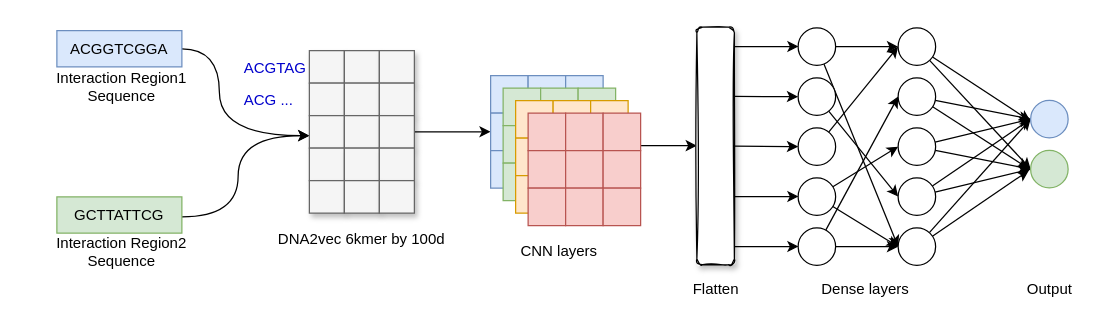
This is embedding_cnn_one_branch.drawio from NaiveTom/draw.io, a draw.io file, before an edit. Source tidied: cells renumbered, new cells numbered last; positions are measured from the earlier drawing's top-left corner, leaving out a move shared by most shapes. Both pictures are drawn from the tidied source at 125%, with x=0, y=0 at pixel (21, 26).
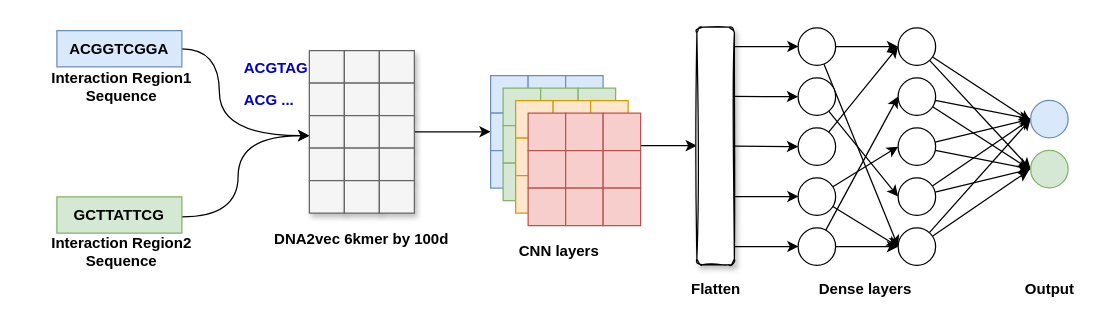
The same page after the edit.

The edit, as a diff of the source:
```diff
@@
-    <mxCell id="4" value="&lt;div&gt;CNN layers&lt;/div&gt;" style="text;html=1;strokeColor=none;fillColor=none;align=center;verticalAlign=middle;whiteSpace=wrap;rounded=0;" parent="1" vertex="1">
+    <mxCell id="4" value="&lt;div&gt;CNN layers&lt;/div&gt;" style="text;html=1;strokeColor=none;fillColor=none;align=center;verticalAlign=middle;whiteSpace=wrap;rounded=0;fontStyle=1;" parent="1" vertex="1">
       <mxGeometry x="305" y="170" width="250" height="20" as="geometry" />
     </mxCell>
@@
-    <mxCell id="7" value="DNA2vec 6kmer by 100d" style="text;html=1;strokeColor=none;fillColor=none;align=center;verticalAlign=middle;whiteSpace=wrap;rounded=0;" parent="1" vertex="1">
+    <mxCell id="7" value="DNA2vec 6kmer by 100d" style="text;html=1;strokeColor=none;fillColor=none;align=center;verticalAlign=middle;whiteSpace=wrap;rounded=0;fontStyle=1;" parent="1" vertex="1">
       <mxGeometry x="192" y="160" width="160" height="20" as="geometry" />
     </mxCell>
@@
-    <mxCell id="59" value="&lt;div&gt;ACGGTCGGA&lt;/div&gt;" style="text;html=1;strokeColor=#6c8ebf;fillColor=#dae8fc;align=center;verticalAlign=middle;whiteSpace=wrap;rounded=0;" parent="1" vertex="1">
+    <mxCell id="59" value="&lt;div&gt;&lt;b&gt;ACGGTCGGA&lt;/b&gt;&lt;/div&gt;" style="text;html=1;strokeColor=#6c8ebf;fillColor=#dae8fc;align=center;verticalAlign=middle;whiteSpace=wrap;rounded=0;" parent="1" vertex="1">
       <mxGeometry x="28" y="3" width="100" height="29" as="geometry" />
     </mxCell>
-    <mxCell id="60" value="GCTTATTCG" style="text;html=1;strokeColor=#82b366;fillColor=#d5e8d4;align=center;verticalAlign=middle;whiteSpace=wrap;rounded=0;" parent="1" vertex="1">
+    <mxCell id="60" value="&lt;b&gt;GCTTATTCG&lt;/b&gt;" style="text;html=1;strokeColor=#82b366;fillColor=#d5e8d4;align=center;verticalAlign=middle;whiteSpace=wrap;rounded=0;" parent="1" vertex="1">
       <mxGeometry x="28" y="136" width="100" height="29" as="geometry" />
     </mxCell>
-    <mxCell id="61" value="&lt;font color=&quot;#0000CC&quot;&gt;ACGTAG&lt;/font&gt;" style="text;whiteSpace=wrap;html=1;" parent="1" vertex="1">
+    <mxCell id="61" value="&lt;b&gt;&lt;font color=&quot;#0000CC&quot;&gt;ACGTAG&lt;/font&gt;&lt;/b&gt;" style="text;whiteSpace=wrap;html=1;" parent="1" vertex="1">
       <mxGeometry x="176" y="19" width="70" height="30" as="geometry" />
     </mxCell>
-    <mxCell id="62" value="&lt;font color=&quot;#0000CC&quot;&gt;ACG ...&lt;/font&gt;" style="text;whiteSpace=wrap;html=1;" parent="1" vertex="1">
+    <mxCell id="62" value="&lt;b&gt;&lt;font color=&quot;#0000CC&quot;&gt;ACG ...&lt;/font&gt;&lt;/b&gt;" style="text;whiteSpace=wrap;html=1;" parent="1" vertex="1">
       <mxGeometry x="176" y="45" width="70" height="30" as="geometry" />
     </mxCell>
-    <mxCell id="63" value="Interaction Region1 Sequence" style="text;html=1;strokeColor=none;fillColor=none;align=center;verticalAlign=middle;whiteSpace=wrap;rounded=0;" parent="1" vertex="1">
+    <mxCell id="63" value="&lt;b&gt;Interaction Region1 Sequence&lt;/b&gt;" style="text;html=1;strokeColor=none;fillColor=none;align=center;verticalAlign=middle;whiteSpace=wrap;rounded=0;" parent="1" vertex="1">
       <mxGeometry y="38" width="160" height="20" as="geometry" />
     </mxCell>
-    <mxCell id="64" value="Interaction Region2 Sequence" style="text;html=1;strokeColor=none;fillColor=none;align=center;verticalAlign=middle;whiteSpace=wrap;rounded=0;" parent="1" vertex="1">
+    <mxCell id="64" value="Interaction Region2 Sequence" style="text;html=1;strokeColor=none;fillColor=none;align=center;verticalAlign=middle;whiteSpace=wrap;rounded=0;fontStyle=1;" parent="1" vertex="1">
       <mxGeometry y="170" width="160" height="20" as="geometry" />
     </mxCell>
-    <mxCell id="65" value="Dense layers" style="text;html=1;strokeColor=none;fillColor=none;align=center;verticalAlign=middle;whiteSpace=wrap;rounded=0;" parent="1" vertex="1">
+    <mxCell id="65" value="Dense layers" style="text;html=1;strokeColor=none;fillColor=none;align=center;verticalAlign=middle;whiteSpace=wrap;rounded=0;fontStyle=1;" parent="1" vertex="1">
       <mxGeometry x="630" y="199.8" width="90" height="20" as="geometry" />
     </mxCell>
-    <mxCell id="66" value="Flatten" style="text;html=1;strokeColor=none;fillColor=none;align=center;verticalAlign=middle;whiteSpace=wrap;rounded=0;" parent="1" vertex="1">
+    <mxCell id="66" value="Flatten" style="text;html=1;strokeColor=none;fillColor=none;align=center;verticalAlign=middle;whiteSpace=wrap;rounded=0;fontStyle=1;" parent="1" vertex="1">
       <mxGeometry x="544.5" y="199.8" width="21" height="20" as="geometry" />
     </mxCell>
@@
-    <mxCell id="95" value="&lt;div&gt;Output&lt;/div&gt;" style="text;html=1;strokeColor=none;fillColor=none;align=center;verticalAlign=middle;whiteSpace=wrap;rounded=0;" parent="1" vertex="1">
+    <mxCell id="95" value="&lt;div&gt;Output&lt;/div&gt;" style="text;html=1;strokeColor=none;fillColor=none;align=center;verticalAlign=middle;whiteSpace=wrap;rounded=0;fontStyle=1;" parent="1" vertex="1">
       <mxGeometry x="810.8" y="199.8" width="22.5" height="20" as="geometry" />
     </mxCell>
```
